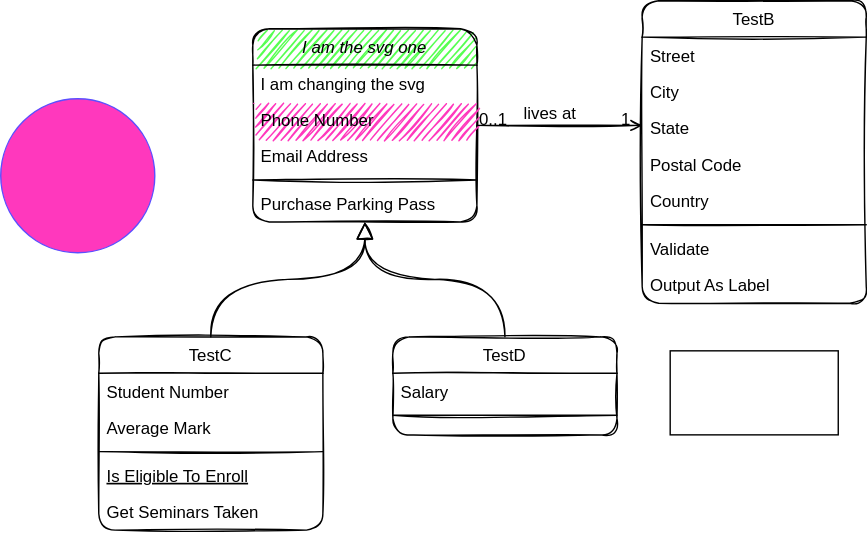
The draw.io diagram frontend/categories/sorting-categories copy.drawio.svg in HunnySajid/draw, before a commit. Source tidied: cells renumbered, new cells last; positions are measured from the earlier drawing's top-left corner, leaving out a move shared by most shapes.
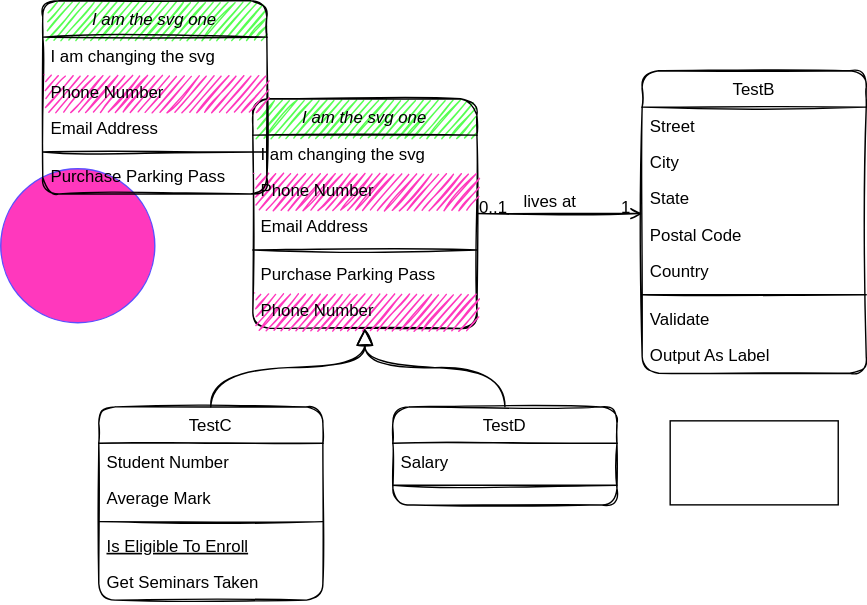
The same diagram one commit later.

Diff of the diagram source:
```diff
@@ -3,7 +3,7 @@
     <mxCell id="0" />
     <mxCell id="1" parent="0" />
     <mxCell id="2" value="I am the svg one" style="swimlane;fontStyle=2;align=center;verticalAlign=top;horizontal=1;startSize=26;rounded=1;shadow=0;strokeWidth=1;sketch=1;fillColor=#57FF52;" parent="1" vertex="1">
-      <mxGeometry x="180" y="20" width="160" height="138" as="geometry" />
+      <mxGeometry x="180" y="20" width="160" height="164" as="geometry" />
     </mxCell>
     <mxCell id="3" value="I am changing the svg" style="text;align=left;verticalAlign=top;spacingLeft=4;spacingRight=4;overflow=hidden;sketch=1;rounded=1;" parent="2" vertex="1">
       <mxGeometry y="26" width="160" height="26" as="geometry" />
@@ -20,6 +20,9 @@
     <mxCell id="7" value="Purchase Parking Pass" style="text;align=left;verticalAlign=top;spacingLeft=4;spacingRight=4;overflow=hidden;sketch=1;rounded=1;" parent="2" vertex="1">
       <mxGeometry y="112" width="160" height="26" as="geometry" />
     </mxCell>
+    <mxCell id="34" value="Phone Number" style="text;align=left;verticalAlign=top;spacingLeft=4;spacingRight=4;overflow=hidden;rounded=1;shadow=0;html=0;sketch=1;fillColor=#FF38BD;" parent="2" vertex="1">
+      <mxGeometry y="138" width="160" height="26" as="geometry" />
+    </mxCell>
     <mxCell id="8" value="TestC" style="swimlane;fontStyle=0;align=center;verticalAlign=top;horizontal=1;startSize=26;rounded=1;shadow=0;strokeWidth=1;sketch=1;" parent="1" vertex="1">
       <mxGeometry x="70" y="240" width="160" height="138" as="geometry" />
     </mxCell>
@@ -106,5 +109,23 @@
     <mxCell id="33" style="ellipse;whiteSpace=wrap;html=1;fillColor=#FF38BD;strokeColor=#5B4FFF;" parent="1" vertex="1">
       <mxGeometry y="70" width="110" height="110" as="geometry" />
     </mxCell>
+    <mxCell id="35" value="I am the svg one" style="swimlane;fontStyle=2;align=center;verticalAlign=top;horizontal=1;startSize=26;rounded=1;shadow=0;strokeWidth=1;sketch=1;fillColor=#57FF52;" parent="1" vertex="1">
+      <mxGeometry x="30" y="-50" width="160" height="138" as="geometry" />
+    </mxCell>
+    <mxCell id="36" value="I am changing the svg" style="text;align=left;verticalAlign=top;spacingLeft=4;spacingRight=4;overflow=hidden;sketch=1;rounded=1;" parent="35" vertex="1">
+      <mxGeometry y="26" width="160" height="26" as="geometry" />
+    </mxCell>
+    <mxCell id="37" value="Phone Number" style="text;align=left;verticalAlign=top;spacingLeft=4;spacingRight=4;overflow=hidden;rounded=1;shadow=0;html=0;sketch=1;fillColor=#FF38BD;" parent="35" vertex="1">
+      <mxGeometry y="52" width="160" height="26" as="geometry" />
+    </mxCell>
+    <mxCell id="38" value="Email Address" style="text;align=left;verticalAlign=top;spacingLeft=4;spacingRight=4;overflow=hidden;rounded=1;shadow=0;html=0;sketch=1;" parent="35" vertex="1">
+      <mxGeometry y="78" width="160" height="26" as="geometry" />
+    </mxCell>
+    <mxCell id="39" style="line;html=1;strokeWidth=1;align=left;verticalAlign=middle;spacingTop=-1;spacingLeft=3;spacingRight=3;labelPosition=right;sketch=1;rounded=1;" parent="35" vertex="1">
+      <mxGeometry y="104" width="160" height="8" as="geometry" />
+    </mxCell>
+    <mxCell id="40" value="Purchase Parking Pass" style="text;align=left;verticalAlign=top;spacingLeft=4;spacingRight=4;overflow=hidden;sketch=1;rounded=1;" parent="35" vertex="1">
+      <mxGeometry y="112" width="160" height="26" as="geometry" />
+    </mxCell>
   </root>
 </mxGraphModel>
```
